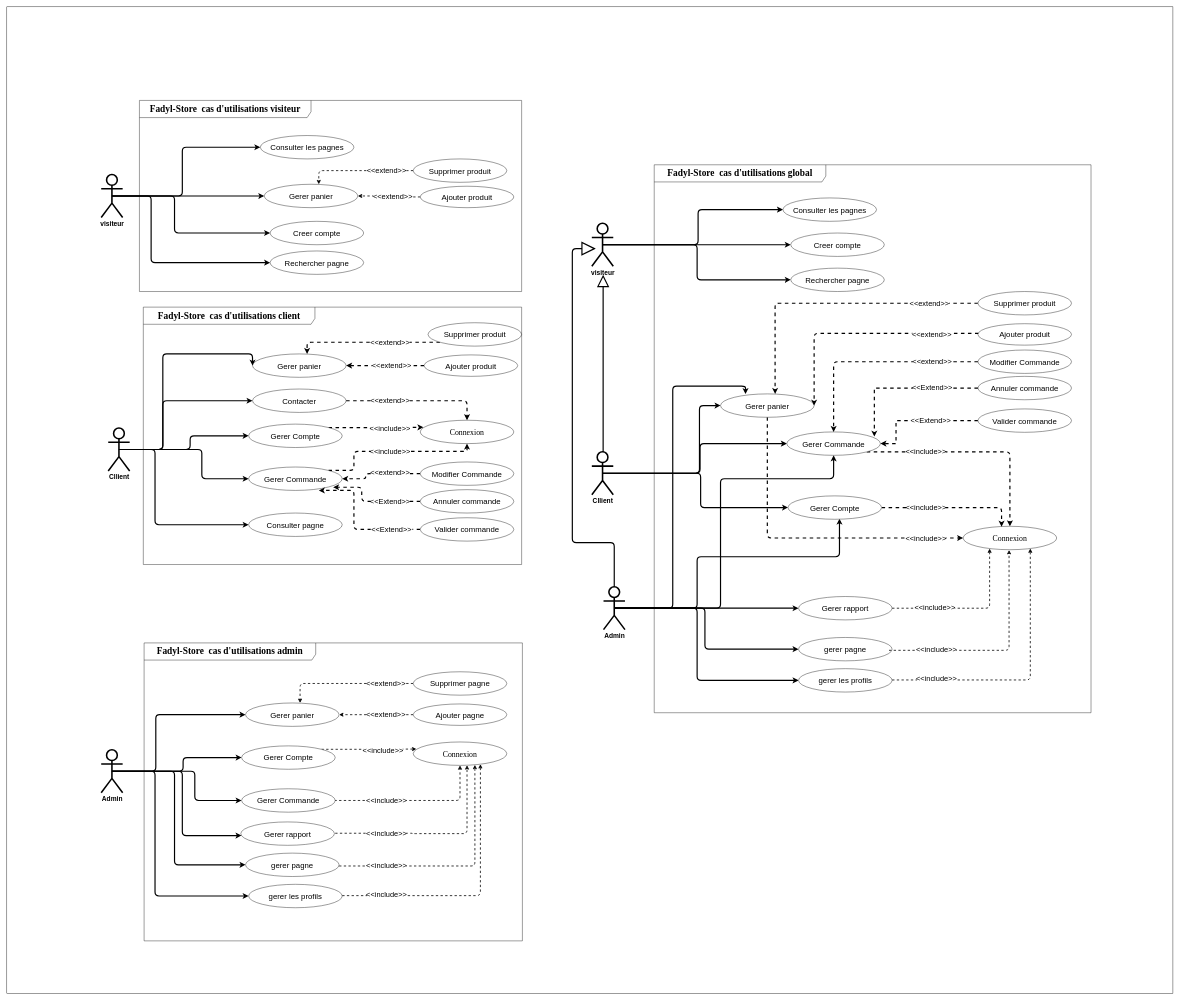
Earlier version of the draw.io diagram res/use case.drawio (Meshavegas/Fadhyl-Store). Source tidied: cells renumbered, new cells numbered last; positions are measured from the earlier drawing's top-left corner, leaving out a move shared by most shapes. Both pictures are drawn from the tidied source at 39%, with x=0, y=0 at pixel (7, 7).
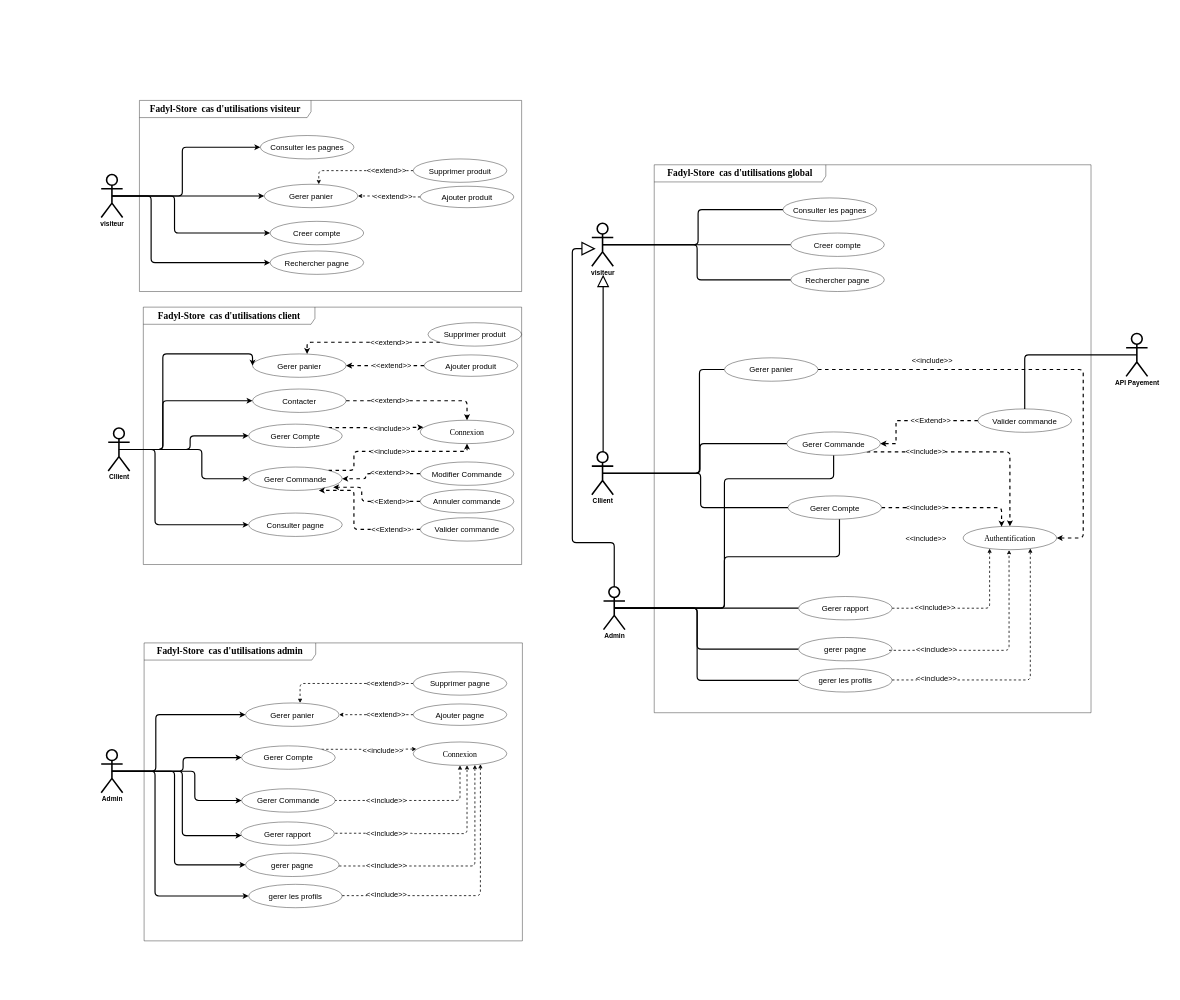
Above is the later version.

Unchanged cells that the change refers to:
```xml
<mxCell id="86" value="&lt;b&gt;&lt;font style=&quot;font-size: 17px;&quot;&gt;visiteur&lt;/font&gt;&lt;/b&gt;" style="shape=umlActor;verticalLabelPosition=bottom;verticalAlign=top;html=1;strokeWidth=4;" parent="1" vertex="1">
  <mxGeometry x="1500" y="555" width="55" height="110" as="geometry" />
</mxCell>
<mxCell id="91" value="&lt;b&gt;&lt;font style=&quot;font-size: 17px;&quot;&gt;Cllient&lt;/font&gt;&lt;/b&gt;" style="shape=umlActor;verticalLabelPosition=bottom;verticalAlign=top;html=1;strokeWidth=4;" parent="1" vertex="1">
  <mxGeometry x="1500" y="1141" width="55" height="110" as="geometry" />
</mxCell>
<mxCell id="99" value="&lt;b&gt;&lt;font style=&quot;font-size: 17px;&quot;&gt;Admin&lt;/font&gt;&lt;/b&gt;" style="shape=umlActor;verticalLabelPosition=bottom;verticalAlign=top;html=1;strokeWidth=4;" parent="1" vertex="1">
  <mxGeometry x="1530" y="1487" width="55" height="110" as="geometry" />
</mxCell>
<mxCell id="103" value="&lt;font style=&quot;font-size: 20px;&quot;&gt;Creer compte&lt;/font&gt;" style="ellipse;whiteSpace=wrap;html=1;" parent="1" vertex="1">
  <mxGeometry x="2010" y="580" width="240" height="60" as="geometry" />
</mxCell>
<mxCell id="104" value="&lt;font style=&quot;font-size: 20px;&quot;&gt;Rechercher pagne&lt;/font&gt;" style="ellipse;whiteSpace=wrap;html=1;" parent="1" vertex="1">
  <mxGeometry x="2010" y="670" width="240" height="60" as="geometry" />
</mxCell>
<mxCell id="110" value="&lt;font style=&quot;font-size: 20px;&quot;&gt;Consulter les pagnes&lt;/font&gt;" style="ellipse;whiteSpace=wrap;html=1;fillStyle=solid;" parent="1" vertex="1">
  <mxGeometry x="1990" y="490" width="240" height="60" as="geometry" />
</mxCell>
<mxCell id="113" value="&lt;font style=&quot;font-size: 20px;&quot;&gt;Gerer Commande&lt;/font&gt;" style="ellipse;whiteSpace=wrap;html=1;" parent="1" vertex="1">
  <mxGeometry x="2000" y="1090" width="240" height="60" as="geometry" />
</mxCell>
<mxCell id="119" value="&lt;font style=&quot;font-size: 20px;&quot;&gt;Valider commande&lt;/font&gt;" style="ellipse;whiteSpace=wrap;html=1;flipV=1;flipH=1;" parent="1" vertex="1">
  <mxGeometry x="2490" y="1031" width="240" height="60" as="geometry" />
</mxCell>
<mxCell id="123" value="&lt;font style=&quot;font-size: 20px;&quot;&gt;gerer pagne&lt;/font&gt;" style="ellipse;whiteSpace=wrap;html=1;" parent="1" vertex="1">
  <mxGeometry x="2030" y="1617" width="240" height="60" as="geometry" />
</mxCell>
<mxCell id="125" value="&lt;font style=&quot;font-size: 20px;&quot;&gt;Gerer rapport&lt;/font&gt;" style="ellipse;whiteSpace=wrap;html=1;" parent="1" vertex="1">
  <mxGeometry x="2030" y="1512" width="240" height="60" as="geometry" />
</mxCell>
<mxCell id="126" value="&lt;font style=&quot;font-size: 20px;&quot;&gt;gerer les profils&lt;/font&gt;" style="ellipse;whiteSpace=wrap;html=1;" parent="1" vertex="1">
  <mxGeometry x="2030" y="1697" width="240" height="60" as="geometry" />
</mxCell>
<mxCell id="135" value="&lt;font style=&quot;font-size: 20px;&quot;&gt;Gerer Compte&lt;/font&gt;" style="ellipse;whiteSpace=wrap;html=1;" parent="1" vertex="1">
  <mxGeometry x="2003" y="1254" width="240" height="60" as="geometry" />
</mxCell>
```

What changed in the source:
```diff
@@
-    <mxCell id="2" style="rounded=0;whiteSpace=wrap;html=1;fillColor=none;" parent="1" vertex="1">
-      <mxGeometry width="2990" height="2530" as="geometry" />
-    </mxCell>
@@
-    <mxCell id="83" style="edgeStyle=orthogonalEdgeStyle;rounded=1;jettySize=auto;html=1;exitX=0.5;exitY=0.5;exitDx=0;exitDy=0;exitPerimeter=0;entryX=0;entryY=0.5;entryDx=0;entryDy=0;strokeWidth=3;" parent="1" edge="1" source="86" target="110">
+    <mxCell id="83" style="edgeStyle=orthogonalEdgeStyle;rounded=1;jettySize=auto;html=1;exitX=0.5;exitY=0.5;exitDx=0;exitDy=0;exitPerimeter=0;entryX=0;entryY=0.5;entryDx=0;entryDy=0;strokeWidth=3;endArrow=none;endFill=0;" parent="1" edge="1" source="86" target="110">
       <mxGeometry relative="1" as="geometry" />
     </mxCell>
-    <mxCell id="84" style="edgeStyle=orthogonalEdgeStyle;rounded=1;jettySize=auto;html=1;exitX=0.5;exitY=0.5;exitDx=0;exitDy=0;exitPerimeter=0;entryX=0;entryY=0.5;entryDx=0;entryDy=0;strokeWidth=3;" parent="1" edge="1" source="86" target="103">
+    <mxCell id="84" style="edgeStyle=orthogonalEdgeStyle;rounded=1;jettySize=auto;html=1;exitX=0.5;exitY=0.5;exitDx=0;exitDy=0;exitPerimeter=0;entryX=0;entryY=0.5;entryDx=0;entryDy=0;strokeWidth=3;endArrow=none;endFill=0;" parent="1" edge="1" source="86" target="103">
       <mxGeometry relative="1" as="geometry" />
     </mxCell>
-    <mxCell id="85" style="edgeStyle=orthogonalEdgeStyle;rounded=1;jettySize=auto;html=1;exitX=0.5;exitY=0.5;exitDx=0;exitDy=0;exitPerimeter=0;entryX=0;entryY=0.5;entryDx=0;entryDy=0;strokeWidth=3;" parent="1" edge="1" source="86" target="104">
+    <mxCell id="85" style="edgeStyle=orthogonalEdgeStyle;rounded=1;jettySize=auto;html=1;exitX=0.5;exitY=0.5;exitDx=0;exitDy=0;exitPerimeter=0;entryX=0;entryY=0.5;entryDx=0;entryDy=0;strokeWidth=3;endArrow=none;endFill=0;" parent="1" edge="1" source="86" target="104">
       <mxGeometry relative="1" as="geometry">
         <Array as="points">
           <mxPoint x="1770" y="610" />
           <mxPoint x="1770" y="700" />
         </Array>
       </mxGeometry>
     </mxCell>
@@
-    <mxCell id="87" style="edgeStyle=orthogonalEdgeStyle;rounded=1;jettySize=auto;html=1;exitX=0.5;exitY=0.5;exitDx=0;exitDy=0;exitPerimeter=0;entryX=0;entryY=0.5;entryDx=0;entryDy=0;strokeWidth=3;" parent="1" edge="1" source="91" target="113">
+    <mxCell id="87" style="edgeStyle=orthogonalEdgeStyle;rounded=1;jettySize=auto;html=1;exitX=0.5;exitY=0.5;exitDx=0;exitDy=0;exitPerimeter=0;entryX=0;entryY=0.5;entryDx=0;entryDy=0;strokeWidth=3;endArrow=none;endFill=0;" parent="1" edge="1" source="91" target="113">
       <mxGeometry relative="1" as="geometry" />
     </mxCell>
-    <mxCell id="88" style="edgeStyle=orthogonalEdgeStyle;rounded=1;jettySize=auto;html=1;exitX=0.5;exitY=0.5;exitDx=0;exitDy=0;exitPerimeter=0;entryX=0;entryY=0.5;entryDx=0;entryDy=0;strokeWidth=3;" parent="1" edge="1" source="91" target="135">
+    <mxCell id="88" style="edgeStyle=orthogonalEdgeStyle;rounded=1;jettySize=auto;html=1;exitX=0.5;exitY=0.5;exitDx=0;exitDy=0;exitPerimeter=0;entryX=0;entryY=0.5;entryDx=0;entryDy=0;strokeWidth=3;endArrow=none;endFill=0;" parent="1" edge="1" source="91" target="135">
       <mxGeometry relative="1" as="geometry" />
     </mxCell>
@@
-    <mxCell id="90" style="edgeStyle=orthogonalEdgeStyle;rounded=1;jettySize=auto;html=1;exitX=0.5;exitY=0.5;exitDx=0;exitDy=0;exitPerimeter=0;entryX=0;entryY=0.5;entryDx=0;entryDy=0;strokeWidth=3;" parent="1" edge="1" source="91" target="102">
+    <mxCell id="90" style="edgeStyle=orthogonalEdgeStyle;rounded=1;jettySize=auto;html=1;exitX=0.5;exitY=0.5;exitDx=0;exitDy=0;exitPerimeter=0;entryX=0;entryY=0.5;entryDx=0;entryDy=0;strokeWidth=3;endArrow=none;endFill=0;" parent="1" edge="1" source="91" target="102">
       <mxGeometry relative="1" as="geometry">
         <Array as="points">
           <mxPoint x="1776" y="1196" />
-          <mxPoint x="1776" y="1023" />
+          <mxPoint x="1776" y="930" />
         </Array>
       </mxGeometry>
     </mxCell>
@@
-    <mxCell id="93" style="edgeStyle=orthogonalEdgeStyle;rounded=1;jettySize=auto;html=1;exitX=0.5;exitY=0.5;exitDx=0;exitDy=0;exitPerimeter=0;entryX=0.55;entryY=0.972;entryDx=0;entryDy=0;entryPerimeter=0;strokeWidth=3;" parent="1" edge="1" source="99" target="135">
+    <mxCell id="93" style="edgeStyle=orthogonalEdgeStyle;rounded=1;jettySize=auto;html=1;exitX=0.5;exitY=0.5;exitDx=0;exitDy=0;exitPerimeter=0;entryX=0.55;entryY=0.972;entryDx=0;entryDy=0;entryPerimeter=0;strokeWidth=3;endArrow=none;endFill=0;" parent="1" edge="1" source="99" target="135">
       <mxGeometry relative="1" as="geometry">
         <Array as="points">
-          <mxPoint x="1770" y="1542" />
-          <mxPoint x="1770" y="1410" />
+          <mxPoint x="1840" y="1542" />
+          <mxPoint x="1840" y="1410" />
           <mxPoint x="2135" y="1410" />
         </Array>
       </mxGeometry>
     </mxCell>
-    <mxCell id="94" style="edgeStyle=orthogonalEdgeStyle;rounded=1;jettySize=auto;html=1;exitX=0.5;exitY=0.5;exitDx=0;exitDy=0;exitPerimeter=0;entryX=0;entryY=0.5;entryDx=0;entryDy=0;strokeWidth=3;" parent="1" edge="1" source="99" target="125">
+    <mxCell id="94" style="edgeStyle=orthogonalEdgeStyle;rounded=1;jettySize=auto;html=1;exitX=0.5;exitY=0.5;exitDx=0;exitDy=0;exitPerimeter=0;entryX=0;entryY=0.5;entryDx=0;entryDy=0;strokeWidth=3;endArrow=none;endFill=0;" parent="1" edge="1" source="99" target="125">
       <mxGeometry relative="1" as="geometry">
         <Array as="points">
           <mxPoint x="2010" y="1542" />
         </Array>
       </mxGeometry>
     </mxCell>
-    <mxCell id="95" style="edgeStyle=orthogonalEdgeStyle;rounded=1;jettySize=auto;html=1;exitX=0.5;exitY=0.5;exitDx=0;exitDy=0;exitPerimeter=0;entryX=0;entryY=0.5;entryDx=0;entryDy=0;strokeWidth=3;" parent="1" edge="1" source="99" target="123">
+    <mxCell id="95" style="edgeStyle=orthogonalEdgeStyle;rounded=1;jettySize=auto;html=1;exitX=0.5;exitY=0.5;exitDx=0;exitDy=0;exitPerimeter=0;entryX=0;entryY=0.5;entryDx=0;entryDy=0;strokeWidth=3;endArrow=none;endFill=0;" parent="1" edge="1" source="99" target="123">
       <mxGeometry relative="1" as="geometry">
         <Array as="points">
-          <mxPoint x="1790" y="1542" />
-          <mxPoint x="1790" y="1647" />
+          <mxPoint x="1770" y="1542" />
+          <mxPoint x="1770" y="1647" />
         </Array>
       </mxGeometry>
     </mxCell>
-    <mxCell id="96" style="edgeStyle=orthogonalEdgeStyle;rounded=1;jettySize=auto;html=1;exitX=0.5;exitY=0.5;exitDx=0;exitDy=0;exitPerimeter=0;entryX=0;entryY=0.5;entryDx=0;entryDy=0;strokeWidth=3;" parent="1" edge="1" source="99" target="126">
+    <mxCell id="96" style="edgeStyle=orthogonalEdgeStyle;rounded=1;jettySize=auto;html=1;exitX=0.5;exitY=0.5;exitDx=0;exitDy=0;exitPerimeter=0;entryX=0;entryY=0.5;entryDx=0;entryDy=0;strokeWidth=3;endArrow=none;endFill=0;" parent="1" edge="1" source="99" target="126">
       <mxGeometry relative="1" as="geometry">
         <Array as="points">
           <mxPoint x="1770" y="1542" />
           <mxPoint x="1770" y="1727" />
         </Array>
       </mxGeometry>
     </mxCell>
-    <mxCell id="97" style="edgeStyle=orthogonalEdgeStyle;rounded=1;jettySize=auto;html=1;exitX=0.5;exitY=0.5;exitDx=0;exitDy=0;exitPerimeter=0;entryX=0.5;entryY=1;entryDx=0;entryDy=0;strokeWidth=3;" parent="1" edge="1" source="99" target="113">
+    <mxCell id="97" style="edgeStyle=orthogonalEdgeStyle;rounded=1;jettySize=auto;html=1;exitX=0.5;exitY=0.5;exitDx=0;exitDy=0;exitPerimeter=0;entryX=0.5;entryY=1;entryDx=0;entryDy=0;strokeWidth=3;endArrow=none;endFill=0;" parent="1" edge="1" source="99" target="113">
       <mxGeometry relative="1" as="geometry">
         <Array as="points">
-          <mxPoint x="1830" y="1542" />
-          <mxPoint x="1830" y="1210" />
+          <mxPoint x="1840" y="1542" />
+          <mxPoint x="1840" y="1210" />
           <mxPoint x="2120" y="1210" />
         </Array>
       </mxGeometry>
     </mxCell>
-    <mxCell id="98" style="edgeStyle=orthogonalEdgeStyle;rounded=1;jettySize=auto;html=1;exitX=0.5;exitY=0.5;exitDx=0;exitDy=0;exitPerimeter=0;entryX=0.267;entryY=0.008;entryDx=0;entryDy=0;entryPerimeter=0;strokeWidth=3;" parent="1" edge="1" source="99" target="102">
-      <mxGeometry relative="1" as="geometry" />
-    </mxCell>
@@
-    <mxCell id="101" style="edgeStyle=orthogonalEdgeStyle;rounded=1;jettySize=auto;html=1;exitX=0.5;exitY=1;exitDx=0;exitDy=0;entryX=0;entryY=0.5;entryDx=0;entryDy=0;strokeWidth=3;dashed=1;" parent="1" edge="1" source="102" target="124">
-      <mxGeometry relative="1" as="geometry" />
+    <mxCell id="101" style="edgeStyle=orthogonalEdgeStyle;rounded=1;jettySize=auto;html=1;exitX=1;exitY=0.5;exitDx=0;exitDy=0;entryX=1;entryY=0.5;entryDx=0;entryDy=0;strokeWidth=3;dashed=1;" parent="1" edge="1" source="102" target="124">
+      <mxGeometry relative="1" as="geometry">
+        <Array as="points">
+          <mxPoint x="2760" y="930" />
+          <mxPoint x="2760" y="1362" />
+        </Array>
+      </mxGeometry>
     </mxCell>
     <mxCell id="102" value="&lt;font style=&quot;font-size: 20px;&quot;&gt;Gerer panier&lt;/font&gt;" style="ellipse;whiteSpace=wrap;html=1;fillStyle=solid;" parent="1" vertex="1">
-      <mxGeometry x="1830" y="992.5" width="240" height="60" as="geometry" />
+      <mxGeometry x="1840" y="900" width="240" height="60" as="geometry" />
     </mxCell>
@@
-    <mxCell id="105" style="edgeStyle=orthogonalEdgeStyle;rounded=1;jettySize=auto;html=1;entryX=1;entryY=0.5;entryDx=0;entryDy=0;dashed=1;strokeWidth=3;exitX=0.994;exitY=0.548;exitDx=0;exitDy=0;exitPerimeter=0;" parent="1" edge="1" source="111" target="102">
-      <mxGeometry relative="1" as="geometry">
-        <Array as="points">
-          <mxPoint x="2070" y="837" />
-        </Array>
-      </mxGeometry>
-    </mxCell>
-    <mxCell id="106" style="edgeStyle=orthogonalEdgeStyle;rounded=1;jettySize=auto;html=1;entryX=0.583;entryY=0;entryDx=0;entryDy=0;entryPerimeter=0;dashed=1;strokeWidth=3;" parent="1" edge="1" source="107" target="102">
-      <mxGeometry relative="1" as="geometry" />
-    </mxCell>
-    <mxCell id="107" value="&lt;font style=&quot;font-size: 20px;&quot;&gt;Supprimer produit&lt;/font&gt;" style="ellipse;whiteSpace=wrap;html=1;flipV=1;flipH=1;" parent="1" vertex="1">
-      <mxGeometry x="2490" y="730" width="240" height="60" as="geometry" />
-    </mxCell>
-    <mxCell id="108" value="&lt;font style=&quot;font-size: 19px;&quot;&gt;&amp;lt;&amp;lt;extend&amp;gt;&amp;gt;&lt;/font&gt;" style="text;html=1;strokeColor=none;fillColor=default;align=center;verticalAlign=middle;whiteSpace=wrap;rounded=0;" parent="1" vertex="1">
-      <mxGeometry x="2316" y="746" width="100" height="30" as="geometry" />
-    </mxCell>
-    <mxCell id="109" value="&lt;font style=&quot;font-size: 19px;&quot;&gt;&amp;lt;&amp;lt;extend&amp;gt;&amp;gt;&lt;/font&gt;" style="text;html=1;strokeColor=none;fillColor=default;align=center;verticalAlign=middle;whiteSpace=wrap;rounded=0;" parent="1" vertex="1">
-      <mxGeometry x="2322" y="825" width="100" height="30" as="geometry" />
-    </mxCell>
@@
-    <mxCell id="111" value="&lt;font style=&quot;font-size: 20px;&quot;&gt;Ajouter produit&lt;/font&gt;" style="ellipse;whiteSpace=wrap;html=1;flipV=1;flipH=1;" parent="1" vertex="1">
-      <mxGeometry x="2490" y="812.5" width="240" height="55" as="geometry" />
-    </mxCell>
@@
-    <mxCell id="114" style="edgeStyle=orthogonalEdgeStyle;rounded=1;jettySize=auto;html=1;exitX=0;exitY=0.5;exitDx=0;exitDy=0;entryX=0.5;entryY=0;entryDx=0;entryDy=0;dashed=1;strokeWidth=3;" parent="1" edge="1" source="115" target="113">
-      <mxGeometry relative="1" as="geometry">
-        <Array as="points">
-          <mxPoint x="2450" y="910" />
-          <mxPoint x="2120" y="910" />
-        </Array>
-      </mxGeometry>
-    </mxCell>
-    <mxCell id="115" value="&lt;font style=&quot;font-size: 20px;&quot;&gt;Modifier Commande&lt;/font&gt;" style="ellipse;whiteSpace=wrap;html=1;flipV=1;flipH=1;" parent="1" vertex="1">
-      <mxGeometry x="2490" y="880" width="240" height="60" as="geometry" />
-    </mxCell>
-    <mxCell id="116" style="edgeStyle=orthogonalEdgeStyle;rounded=0;jettySize=auto;html=1;exitX=0;exitY=0.5;exitDx=0;exitDy=0;entryX=0.935;entryY=0.2;entryDx=0;entryDy=0;entryPerimeter=0;dashed=1;strokeWidth=3;" parent="1" edge="1" source="117" target="113">
-      <mxGeometry relative="1" as="geometry">
-        <Array as="points">
-          <mxPoint x="2224" y="978" />
-        </Array>
-      </mxGeometry>
-    </mxCell>
-    <mxCell id="117" value="&lt;font style=&quot;font-size: 20px;&quot;&gt;Annuler commande&lt;/font&gt;" style="ellipse;whiteSpace=wrap;html=1;flipV=1;flipH=1;" parent="1" vertex="1">
-      <mxGeometry x="2490" y="947.5" width="240" height="60" as="geometry" />
-    </mxCell>
@@
-    <mxCell id="121" value="&lt;font style=&quot;font-size: 19px;&quot;&gt;&amp;lt;&amp;lt;Extend&amp;gt;&amp;gt;&lt;/font&gt;" style="text;html=1;strokeColor=none;fillColor=default;align=center;verticalAlign=middle;whiteSpace=wrap;rounded=0;" parent="1" vertex="1">
-      <mxGeometry x="2323" y="962.5" width="100" height="30" as="geometry" />
-    </mxCell>
-    <mxCell id="122" value="&lt;font style=&quot;font-size: 19px;&quot;&gt;&amp;lt;&amp;lt;extend&amp;gt;&amp;gt;&lt;/font&gt;" style="text;html=1;strokeColor=none;fillColor=default;align=center;verticalAlign=middle;whiteSpace=wrap;rounded=0;" parent="1" vertex="1">
-      <mxGeometry x="2323" y="894.5" width="100" height="30" as="geometry" />
-    </mxCell>
@@
-    <mxCell id="124" value="&lt;font face=&quot;Times New Roman&quot; style=&quot;font-size: 20px;&quot;&gt;Connexion&lt;/font&gt;" style="ellipse;whiteSpace=wrap;html=1;" parent="1" vertex="1">
+    <mxCell id="124" value="&lt;font face=&quot;Times New Roman&quot; style=&quot;font-size: 20px;&quot;&gt;Authentification&lt;/font&gt;" style="ellipse;whiteSpace=wrap;html=1;" parent="1" vertex="1">
       <mxGeometry x="2452" y="1332" width="240" height="60" as="geometry" />
     </mxCell>
@@
+    <mxCell id="139" style="edgeStyle=orthogonalEdgeStyle;rounded=1;jettySize=auto;html=1;exitX=0.5;exitY=0.5;exitDx=0;exitDy=0;exitPerimeter=0;entryX=0.5;entryY=0;entryDx=0;entryDy=0;strokeWidth=3;startArrow=none;startFill=0;endArrow=none;endFill=0;" parent="1" edge="1" source="140" target="119">
+      <mxGeometry relative="1" as="geometry" />
+    </mxCell>
+    <mxCell id="140" value="&lt;span style=&quot;font-size: 17px;&quot;&gt;&lt;b&gt;API Payement&lt;/b&gt;&lt;/span&gt;" style="shape=umlActor;verticalLabelPosition=bottom;verticalAlign=top;html=1;strokeWidth=4;" parent="1" vertex="1">
+      <mxGeometry x="2870" y="837.5" width="55" height="110" as="geometry" />
+    </mxCell>
+    <mxCell id="141" value="&lt;font style=&quot;font-size: 19px;&quot;&gt;&amp;lt;&amp;lt;include&amp;gt;&amp;gt;&lt;/font&gt;" style="text;html=1;strokeColor=none;fillColor=default;align=center;verticalAlign=middle;whiteSpace=wrap;rounded=0;" parent="1" vertex="1">
+      <mxGeometry x="2323" y="892.5" width="100" height="30" as="geometry" />
+    </mxCell>
```
